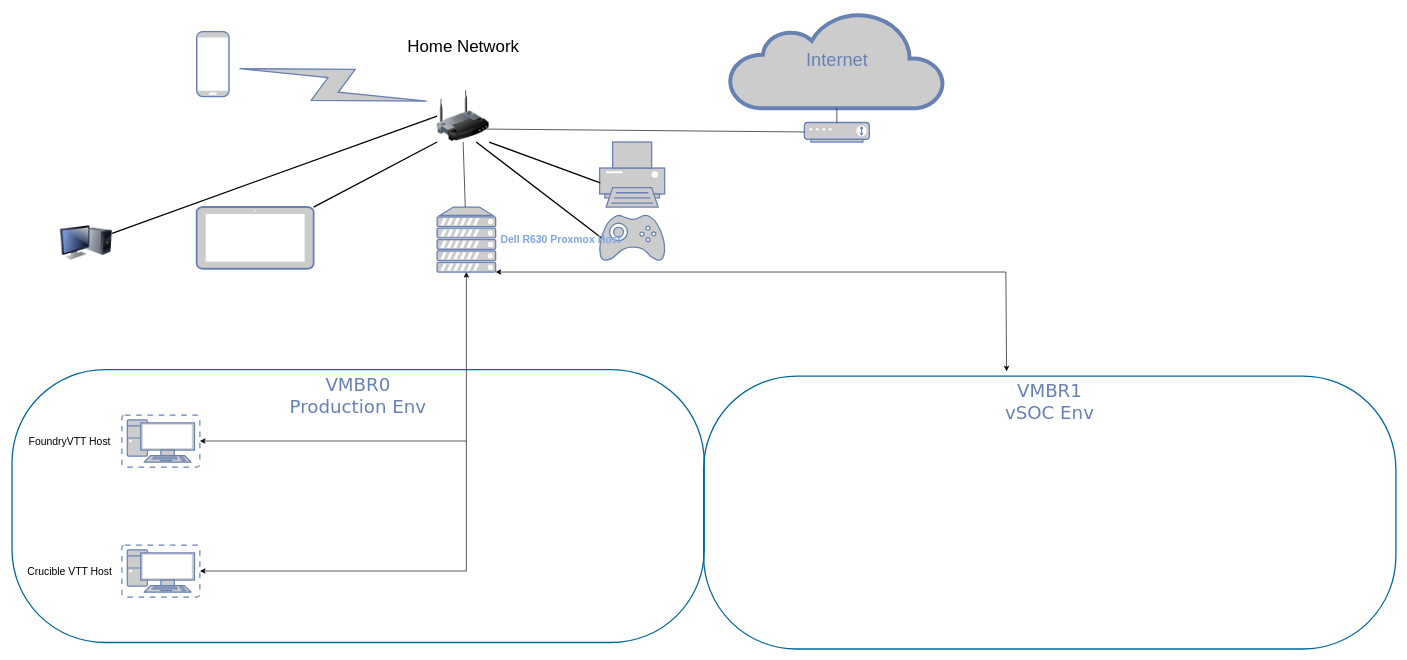
This is homelabNetwork_diagram.drawio from barebonescyber/homelabNetwork_diagram, a draw.io file, before an edit. Source tidied: cells renumbered, new cells numbered last; positions are measured from the earlier drawing's top-left corner, leaving out a move shared by most shapes. Both pictures are drawn from the tidied source at 65%, with x=0, y=0 at pixel (12, 12).
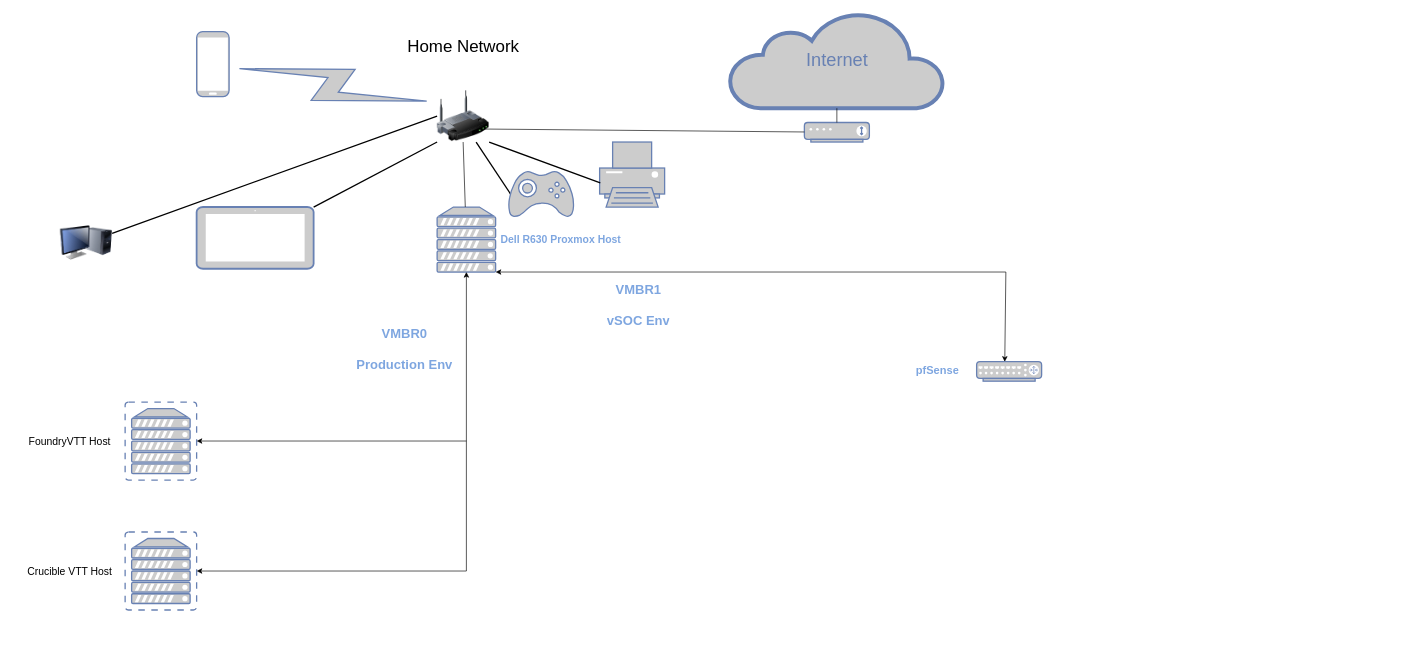
Above is the later version.

Unchanged cells that the change refers to:
```xml
<mxCell id="18" style="fontColor=#0066CC;verticalAlign=top;verticalLabelPosition=bottom;labelPosition=center;align=center;html=1;outlineConnect=0;fillColor=#CCCCCC;strokeColor=#6881B3;gradientColor=none;gradientDirection=north;strokeWidth=2;shape=mxgraph.networks.server;" parent="1" vertex="1">
  <mxGeometry x="654" y="300" width="90" height="100" as="geometry" />
</mxCell>
```

Change to the diagram source:
```diff
@@
     <mxCell id="10" style="fontColor=#0066CC;verticalAlign=top;verticalLabelPosition=bottom;labelPosition=center;align=center;html=1;outlineConnect=0;fillColor=#CCCCCC;strokeColor=#6881B3;gradientColor=none;gradientDirection=north;strokeWidth=2;shape=mxgraph.networks.gamepad;" parent="1" vertex="1">
-      <mxGeometry x="904" y="312.5" width="100" height="70" as="geometry" />
+      <mxGeometry x="764" y="245" width="100" height="70" as="geometry" />
     </mxCell>
@@
-    <mxCell id="17" value="&lt;div&gt;VMBR1&lt;/div&gt;&lt;div&gt;vSOC Env&lt;br&gt;&lt;/div&gt;" style="rounded=1;whiteSpace=wrap;html=1;shadow=0;comic=0;strokeColor=#036897;strokeWidth=2;fillColor=none;fontFamily=Verdana;fontSize=28;fontColor=#6881B3;align=center;arcSize=34;verticalAlign=top;" parent="1" vertex="1">
-      <mxGeometry x="1064" y="560" width="1065" height="420" as="geometry" />
-    </mxCell>
@@
-    <mxCell id="22" style="endArrow=classic;startArrow=classic;html=1;rounded=0;exitX=1;exitY=1;exitDx=0;exitDy=0;exitPerimeter=0;entryX=0.433;entryY=0.007;entryDx=0;entryDy=0;entryPerimeter=0;" parent="1" edge="1" source="18">
+    <mxCell id="22" style="endArrow=classic;startArrow=classic;html=1;rounded=0;exitX=1;exitY=1;exitDx=0;exitDy=0;exitPerimeter=0;entryX=0.433;entryY=0.007;entryDx=0;entryDy=0;entryPerimeter=0;" parent="1" edge="1" source="18" target="32">
       <mxGeometry relative="1" as="geometry">
-        <mxPoint x="1530.1" y="552.9" as="targetPoint" />
         <Array as="points">
           <mxPoint x="1529" y="400" />
         </Array>
       </mxGeometry>
     </mxCell>
-    <mxCell id="23" style="fontColor=#0066CC;verticalAlign=top;verticalLabelPosition=bottom;labelPosition=center;align=center;html=1;outlineConnect=0;fillColor=#CCCCCC;strokeColor=#6881B3;gradientColor=none;gradientDirection=north;strokeWidth=2;shape=mxgraph.networks.virtual_pc;" parent="1" vertex="1">
-      <mxGeometry x="169" y="620" width="120" height="80" as="geometry" />
-    </mxCell>
-    <mxCell id="24" style="fontColor=#0066CC;verticalAlign=top;verticalLabelPosition=bottom;labelPosition=center;align=center;html=1;outlineConnect=0;fillColor=#CCCCCC;strokeColor=#6881B3;gradientColor=none;gradientDirection=north;strokeWidth=2;shape=mxgraph.networks.virtual_pc;" parent="1" vertex="1">
-      <mxGeometry x="169" y="820" width="120" height="80" as="geometry" />
-    </mxCell>
@@
-    <mxCell id="27" value="&lt;div&gt;VMBR0&lt;/div&gt;&lt;div&gt;Production Env&lt;br&gt;&lt;/div&gt;" style="rounded=1;whiteSpace=wrap;html=1;shadow=0;comic=0;strokeColor=#036897;strokeWidth=2;fillColor=none;fontFamily=Verdana;fontSize=28;fontColor=#6881B3;align=center;arcSize=34;verticalAlign=top;" parent="1" vertex="1">
-      <mxGeometry y="550" width="1065" height="420" as="geometry" />
-    </mxCell>
-    <mxCell id="28" style="endArrow=classic;startArrow=classic;html=1;rounded=0;entryX=0.5;entryY=1;entryDx=0;entryDy=0;entryPerimeter=0;" parent="1" edge="1" source="24" target="18">
+    <mxCell id="28" style="endArrow=classic;startArrow=classic;html=1;rounded=0;entryX=0.5;entryY=1;entryDx=0;entryDy=0;entryPerimeter=0;exitX=1;exitY=0.5;exitDx=0;exitDy=0;exitPerimeter=0;" parent="1" edge="1" source="31" target="18">
       <mxGeometry relative="1" as="geometry">
         <Array as="points">
           <mxPoint x="699" y="860" />
         </Array>
       </mxGeometry>
     </mxCell>
-    <mxCell id="29" style="endArrow=classic;html=1;rounded=0;entryX=1;entryY=0.5;entryDx=0;entryDy=0;entryPerimeter=0;" parent="1" edge="1" target="23">
+    <mxCell id="29" style="endArrow=classic;html=1;rounded=0;entryX=1;entryY=0.5;entryDx=0;entryDy=0;entryPerimeter=0;" parent="1" edge="1" target="30">
       <mxGeometry relative="1" as="geometry">
         <mxPoint x="699" y="660" as="sourcePoint" />
       </mxGeometry>
     </mxCell>
+    <mxCell id="30" style="fontColor=#0066CC;verticalAlign=top;verticalLabelPosition=bottom;labelPosition=center;align=center;html=1;outlineConnect=0;fillColor=#CCCCCC;strokeColor=#6881B3;gradientColor=none;gradientDirection=north;strokeWidth=2;shape=mxgraph.networks.virtual_server;" parent="1" vertex="1">
+      <mxGeometry x="174" y="600" width="110" height="120" as="geometry" />
+    </mxCell>
+    <mxCell id="31" style="fontColor=#0066CC;verticalAlign=top;verticalLabelPosition=bottom;labelPosition=center;align=center;html=1;outlineConnect=0;fillColor=#CCCCCC;strokeColor=#6881B3;gradientColor=none;gradientDirection=north;strokeWidth=2;shape=mxgraph.networks.virtual_server;" parent="1" vertex="1">
+      <mxGeometry x="174" y="800" width="110" height="120" as="geometry" />
+    </mxCell>
+    <mxCell id="27" value="&lt;div align=&quot;center&quot; style=&quot;font-size: 20px;&quot;&gt;&lt;font color=&quot;#7ea6e0&quot;&gt;&lt;b&gt;&lt;font style=&quot;font-size: 20px;&quot;&gt;VMBR0&lt;/font&gt;&lt;/b&gt;&lt;/font&gt;&lt;/div&gt;&lt;div align=&quot;center&quot; style=&quot;font-size: 20px;&quot;&gt;&lt;font color=&quot;#7ea6e0&quot;&gt;&lt;b&gt;&lt;font style=&quot;font-size: 20px;&quot;&gt;&lt;br&gt;&lt;/font&gt;&lt;/b&gt;&lt;/font&gt;&lt;/div&gt;&lt;div align=&quot;center&quot; style=&quot;font-size: 20px;&quot;&gt;&lt;font color=&quot;#7ea6e0&quot;&gt;&lt;b&gt;&lt;font style=&quot;font-size: 20px;&quot;&gt;Production Env&lt;/font&gt;&lt;/b&gt;&lt;/font&gt;&lt;/div&gt;" style="text;strokeColor=none;fillColor=none;align=center;verticalAlign=middle;spacingLeft=4;spacingRight=4;overflow=hidden;whiteSpace=wrap;html=1;" parent="1" vertex="1">
+      <mxGeometry x="504" y="468" width="200" height="100" as="geometry" />
+    </mxCell>
+    <mxCell id="17" value="&lt;div align=&quot;center&quot; style=&quot;font-size: 20px;&quot;&gt;&lt;font color=&quot;#7ea6e0&quot;&gt;&lt;b&gt;&lt;font style=&quot;font-size: 20px;&quot;&gt;VMBR1&lt;/font&gt;&lt;/b&gt;&lt;/font&gt;&lt;/div&gt;&lt;div align=&quot;center&quot; style=&quot;font-size: 20px;&quot;&gt;&lt;font color=&quot;#7ea6e0&quot;&gt;&lt;b&gt;&lt;font style=&quot;font-size: 20px;&quot;&gt;&lt;br&gt;&lt;/font&gt;&lt;/b&gt;&lt;/font&gt;&lt;/div&gt;&lt;div align=&quot;center&quot; style=&quot;font-size: 20px;&quot;&gt;&lt;font color=&quot;#7ea6e0&quot;&gt;&lt;b&gt;&lt;font style=&quot;font-size: 20px;&quot;&gt;vSOC Env&lt;/font&gt;&lt;/b&gt;&lt;/font&gt;&lt;/div&gt;" style="text;strokeColor=none;fillColor=none;align=center;verticalAlign=middle;spacingLeft=4;spacingRight=4;overflow=hidden;whiteSpace=wrap;html=1;" parent="1" vertex="1">
+      <mxGeometry x="864" y="400" width="200" height="100" as="geometry" />
+    </mxCell>
+    <mxCell id="32" style="fontColor=#0066CC;verticalAlign=top;verticalLabelPosition=bottom;labelPosition=center;align=center;html=1;outlineConnect=0;fillColor=#CCCCCC;strokeColor=#6881B3;gradientColor=none;gradientDirection=north;strokeWidth=2;shape=mxgraph.networks.router;" parent="1" vertex="1">
+      <mxGeometry x="1484" y="537.9" width="100" height="30" as="geometry" />
+    </mxCell>
+    <mxCell id="33" value="&lt;div style=&quot;font-size: 17px;&quot; align=&quot;center&quot;&gt;&lt;b&gt;&lt;font color=&quot;#7ea6e0&quot;&gt;pfSense&lt;/font&gt;&lt;/b&gt;&lt;/div&gt;" style="text;strokeColor=none;fillColor=none;align=center;verticalAlign=middle;spacingLeft=4;spacingRight=4;overflow=hidden;whiteSpace=wrap;html=1;" parent="1" vertex="1">
+      <mxGeometry x="1384" y="538" width="80" height="30" as="geometry" />
+    </mxCell>
```
